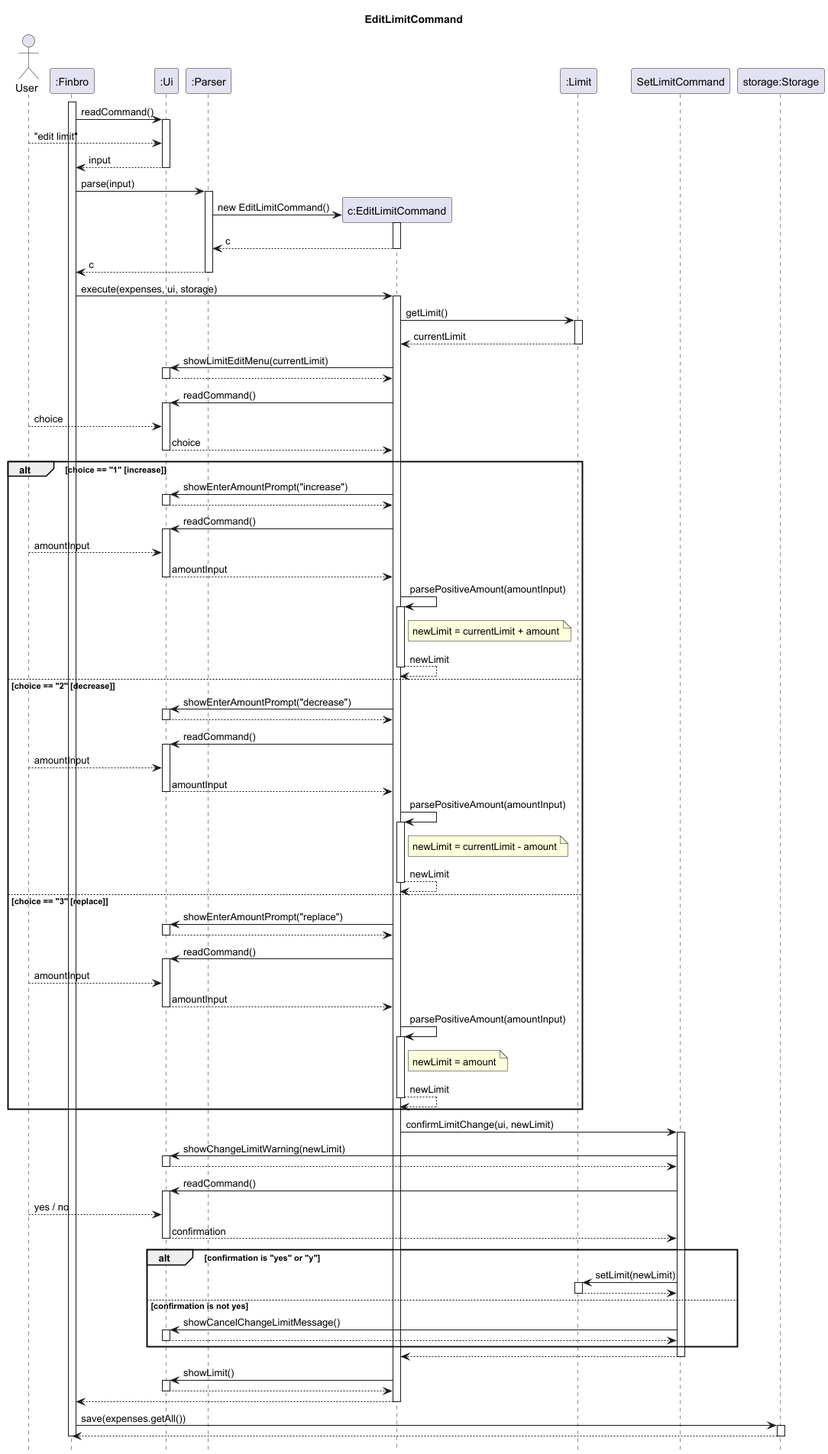
Above: docs/UML_diagrams/images/EditLimit.png in zihaoalt/tp (PlantUML), before the change. Its diagram source:
```plantuml
@startuml
title EditLimitCommand
hide footbox

actor User

participant ":Finbro" as Finbro
participant ":Ui" as Ui
participant ":Parser" as Parser
participant "c:EditLimitCommand" as EditLimitCommand
participant ":Limit" as Limit
participant "SetLimitCommand" as SetLimitCommand
participant "storage:Storage" as Storage

activate Finbro

Finbro -> Ui : readCommand()
activate Ui
User --> Ui : "edit limit"
Ui --> Finbro : input
deactivate Ui

Finbro -> Parser : parse(input)
activate Parser
create EditLimitCommand
Parser -> EditLimitCommand : new EditLimitCommand()
activate EditLimitCommand
EditLimitCommand --> Parser : c
deactivate EditLimitCommand
Parser --> Finbro : c
deactivate Parser

Finbro -> EditLimitCommand : execute(expenses, ui, storage)
activate EditLimitCommand

EditLimitCommand -> Limit : getLimit()
activate Limit
Limit --> EditLimitCommand : currentLimit
deactivate Limit

EditLimitCommand -> Ui : showLimitEditMenu(currentLimit)
activate Ui
Ui --> EditLimitCommand
deactivate Ui

EditLimitCommand -> Ui : readCommand()
activate Ui
User --> Ui : choice
Ui --> EditLimitCommand : choice
deactivate Ui

alt choice == "1" [increase]
    EditLimitCommand -> Ui : showEnterAmountPrompt("increase")
    activate Ui
    Ui --> EditLimitCommand
    deactivate Ui

    EditLimitCommand -> Ui : readCommand()
    activate Ui
    User --> Ui : amountInput
    Ui --> EditLimitCommand : amountInput
    deactivate Ui

    EditLimitCommand -> EditLimitCommand++ : parsePositiveAmount(amountInput)
    note right of EditLimitCommand
      newLimit = currentLimit + amount
    end note
    return newLimit

else choice == "2" [decrease]
    EditLimitCommand -> Ui : showEnterAmountPrompt("decrease")
    activate Ui
    Ui --> EditLimitCommand
    deactivate Ui

    EditLimitCommand -> Ui : readCommand()
    activate Ui
    User --> Ui : amountInput
    Ui --> EditLimitCommand : amountInput
    deactivate Ui

    EditLimitCommand -> EditLimitCommand++ : parsePositiveAmount(amountInput)
    note right of EditLimitCommand
      newLimit = currentLimit - amount
    end note
    return newLimit

else choice == "3" [replace]
    EditLimitCommand -> Ui : showEnterAmountPrompt("replace")
    activate Ui
    Ui --> EditLimitCommand
    deactivate Ui

    EditLimitCommand -> Ui : readCommand()
    activate Ui
    User --> Ui : amountInput
    Ui --> EditLimitCommand : amountInput
    deactivate Ui

    EditLimitCommand -> EditLimitCommand++ : parsePositiveAmount(amountInput)
    note right of EditLimitCommand
      newLimit = amount
    end note
    return newLimit
end

EditLimitCommand -> SetLimitCommand : confirmLimitChange(ui, newLimit)
activate SetLimitCommand

SetLimitCommand -> Ui : showChangeLimitWarning(newLimit)
activate Ui
Ui --> SetLimitCommand
deactivate Ui

SetLimitCommand -> Ui : readCommand()
activate Ui
User --> Ui : yes / no
Ui --> SetLimitCommand : confirmation
deactivate Ui

alt confirmation is "yes" or "y"
    SetLimitCommand -> Limit : setLimit(newLimit)
    activate Limit
    Limit --> SetLimitCommand
    deactivate Limit
else confirmation is not yes
    SetLimitCommand -> Ui : showCancelChangeLimitMessage()
    activate Ui
    Ui --> SetLimitCommand
    deactivate Ui
end

SetLimitCommand --> EditLimitCommand
deactivate SetLimitCommand

EditLimitCommand -> Ui : showLimit()
activate Ui
Ui --> EditLimitCommand
deactivate Ui

EditLimitCommand --> Finbro
deactivate EditLimitCommand

Finbro -> Storage : save(expenses.getAll())
activate Storage
Storage --> Finbro
deactivate Storage

deactivate Finbro
@enduml
```
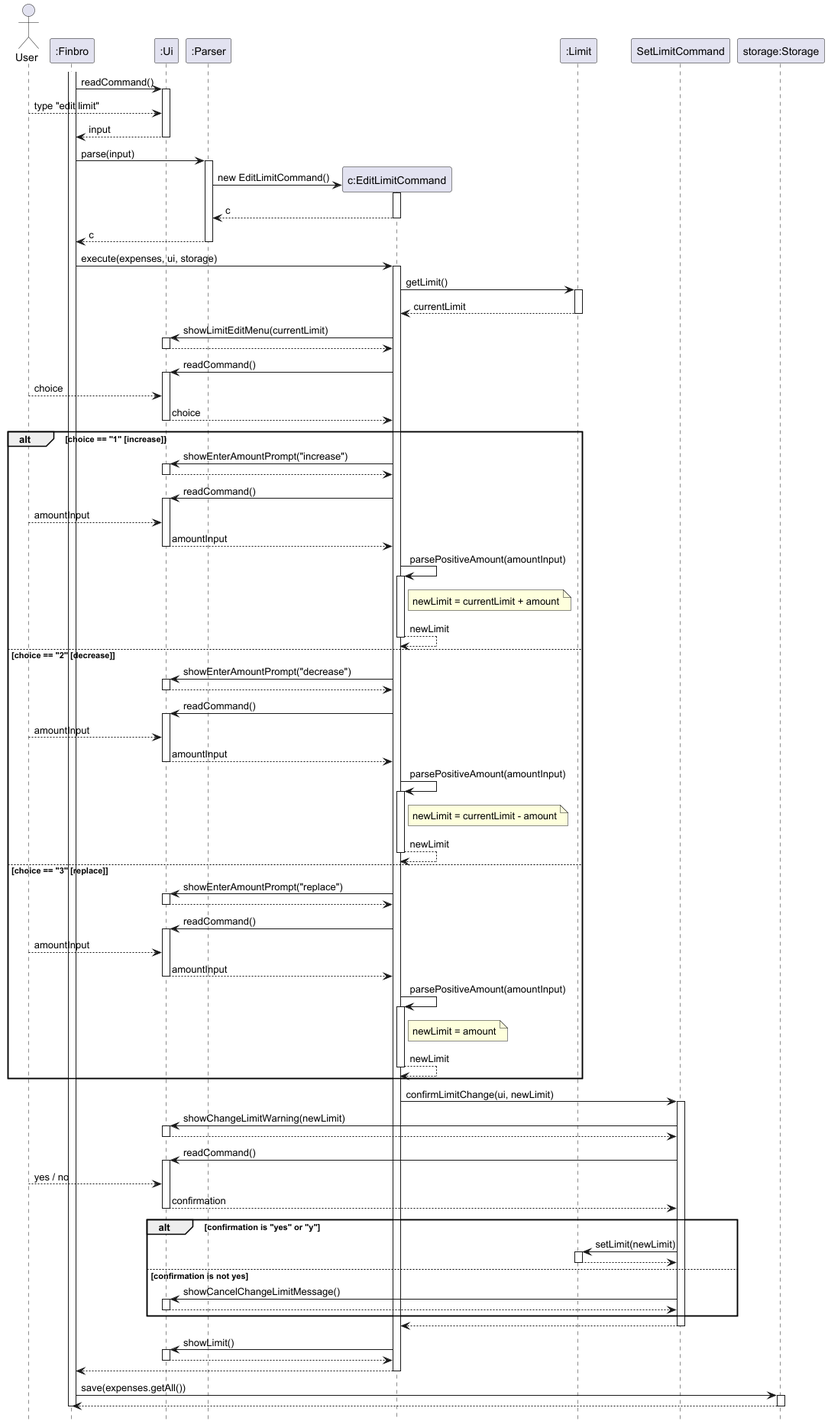
The same diagram one commit later.

Change to the diagram source:
```diff
@@ -1,5 +1,4 @@
 @startuml
-title EditLimitCommand
 hide footbox
 
 actor User
@@ -16,7 +15,7 @@
 
 Finbro -> Ui : readCommand()
 activate Ui
-User --> Ui : "edit limit"
+User --> Ui : type "edit limit"
 Ui --> Finbro : input
 deactivate Ui
 
```
